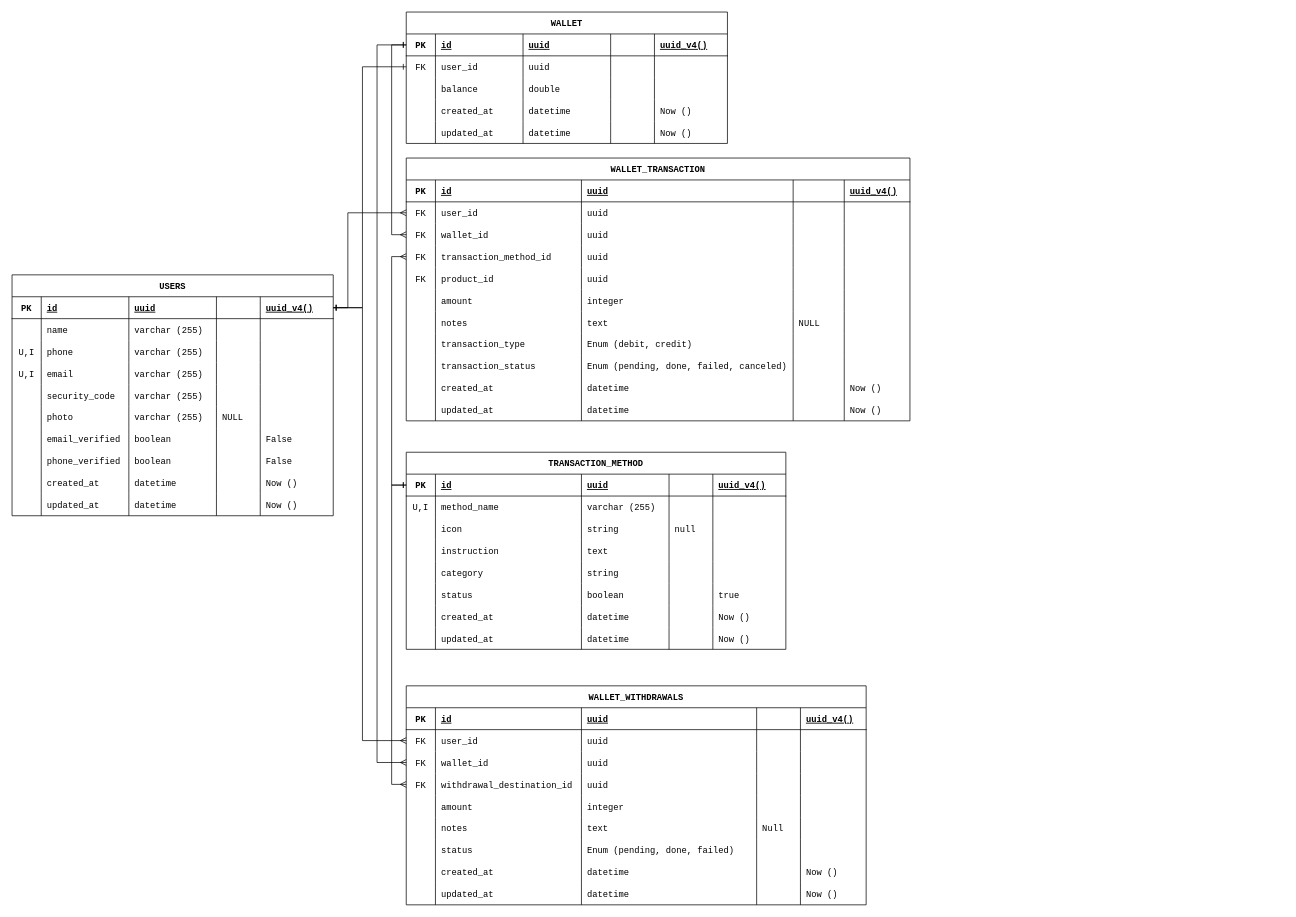
This is page "Schema" (1 of 4) of requirements/Database ERD.drawio from foxxxesky/Final-Projects-Backend-OVO, a draw.io file, before an edit. Source tidied: cells renumbered, new cells numbered last; positions are measured from the earlier drawing's top-left corner, leaving out a move shared by most shapes. Both pictures are drawn from the tidied source at 73%, with x=0, y=0 at pixel (12, 12).
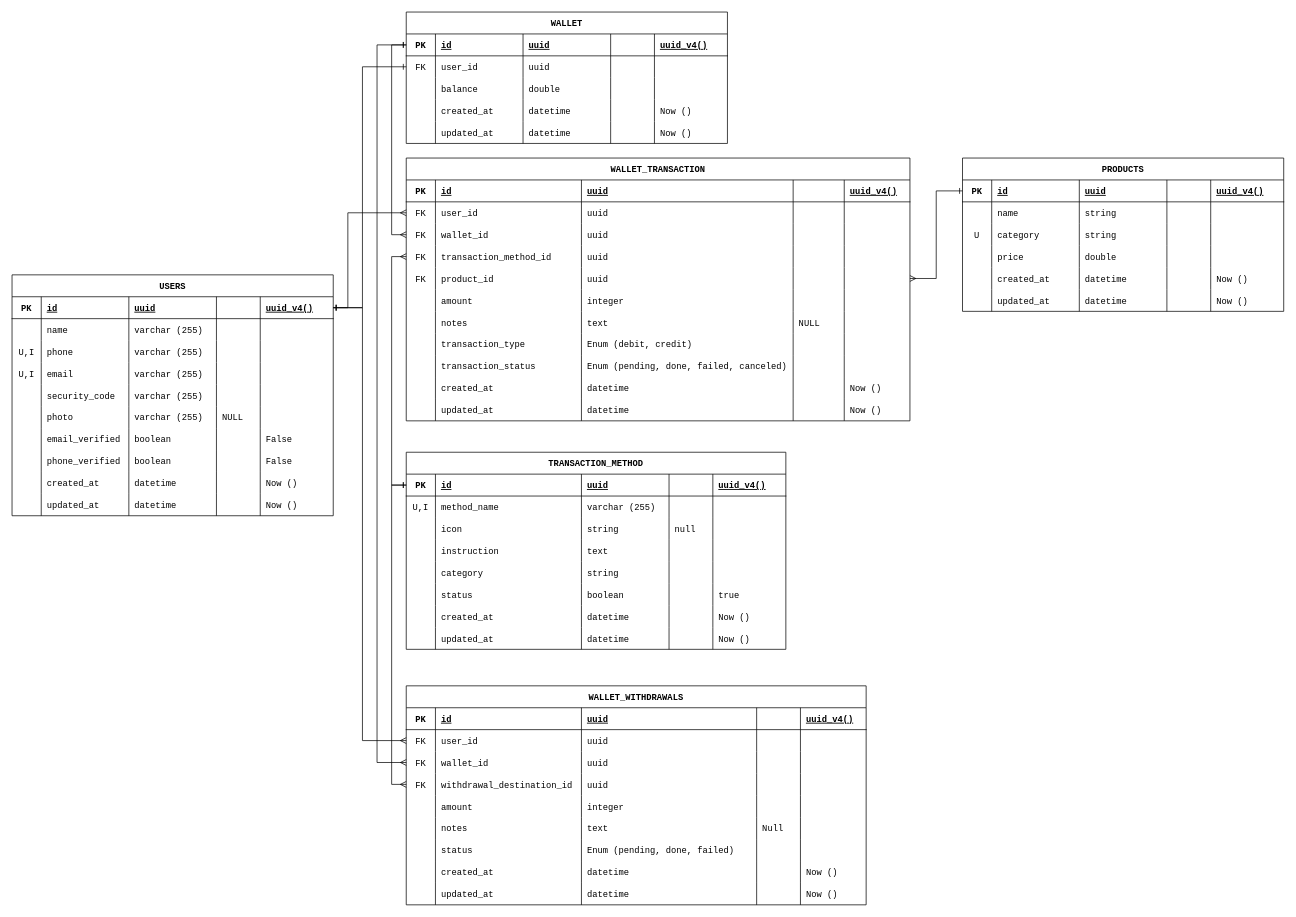
The same page after the edit.

Commit message (it also covers changes not shown here):
add table products

Unchanged cells that the change refers to:
```xml
<mxCell id="120" style="shape=tableRow;horizontal=0;startSize=0;swimlaneHead=0;swimlaneBody=0;fillColor=none;points=[[0,0.5],[1,0.5]];portConstraint=eastwest;top=0;left=0;right=0;bottom=0;fontFamily=Courier New;" parent="95" vertex="1">
  <mxGeometry y="150" width="690" height="30" as="geometry" />
</mxCell>
```

What changed in the source:
```diff
@@
+    <mxCell id="272" value="PRODUCTS" style="shape=table;startSize=30;childLayout=tableLayout;rowLines=0;fontStyle=1;align=center;fontFamily=Courier New;" parent="1" vertex="1">
+      <mxGeometry x="1302" y="200" width="440" height="210" as="geometry" />
+    </mxCell>
+    <mxCell id="273" style="shape=tableRow;horizontal=0;startSize=0;swimlaneHead=0;swimlaneBody=0;fillColor=none;points=[[0,0.5],[1,0.5]];portConstraint=eastwest;top=0;left=0;right=0;bottom=1;fontFamily=Courier New;" parent="272" vertex="1">
+      <mxGeometry y="30" width="440" height="30" as="geometry" />
+    </mxCell>
+    <mxCell id="274" value="PK" style="shape=partialRectangle;fillColor=none;top=0;left=0;bottom=0;right=0;fontStyle=1;overflow=hidden;fontFamily=Courier New;" parent="273" vertex="1">
+      <mxGeometry width="40" height="30" as="geometry" />
+    </mxCell>
+    <mxCell id="275" value="id" style="shape=partialRectangle;fillColor=none;top=0;left=0;bottom=0;right=0;align=left;spacingLeft=6;fontStyle=5;overflow=hidden;fontFamily=Courier New;" parent="273" vertex="1">
+      <mxGeometry x="40" width="120" height="30" as="geometry" />
+    </mxCell>
+    <mxCell id="276" value="uuid" style="shape=partialRectangle;fillColor=none;top=0;left=0;bottom=0;right=0;align=left;spacingLeft=6;fontStyle=5;overflow=hidden;fontFamily=Courier New;" parent="273" vertex="1">
+      <mxGeometry x="160" width="120" height="30" as="geometry" />
+    </mxCell>
+    <mxCell id="277" style="shape=partialRectangle;fillColor=none;top=0;left=0;bottom=0;right=0;align=left;spacingLeft=6;fontStyle=5;overflow=hidden;fontFamily=Courier New;" parent="273" vertex="1">
+      <mxGeometry x="280" width="60" height="30" as="geometry" />
+    </mxCell>
+    <mxCell id="278" value="uuid_v4()" style="shape=partialRectangle;fillColor=none;top=0;left=0;bottom=0;right=0;align=left;spacingLeft=6;fontStyle=5;overflow=hidden;fontFamily=Courier New;" parent="273" vertex="1">
+      <mxGeometry x="340" width="100" height="30" as="geometry" />
+    </mxCell>
+    <mxCell id="279" style="shape=tableRow;horizontal=0;startSize=0;swimlaneHead=0;swimlaneBody=0;fillColor=none;top=0;left=0;right=0;bottom=0;fontFamily=Courier New;" parent="272" vertex="1">
+      <mxGeometry y="60" width="440" height="30" as="geometry" />
+    </mxCell>
+    <mxCell id="280" style="shape=partialRectangle;fillColor=none;top=0;left=0;bottom=0;right=0;overflow=hidden;fontFamily=Courier New;" parent="279" vertex="1">
+      <mxGeometry width="40" height="30" as="geometry" />
+    </mxCell>
+    <mxCell id="281" value="name" style="shape=partialRectangle;fillColor=none;top=0;left=0;bottom=0;right=0;align=left;spacingLeft=6;overflow=hidden;fontFamily=Courier New;" parent="279" vertex="1">
+      <mxGeometry x="40" width="120" height="30" as="geometry" />
+    </mxCell>
+    <mxCell id="282" value="string" style="shape=partialRectangle;fillColor=none;top=0;left=0;bottom=0;right=0;align=left;spacingLeft=6;overflow=hidden;fontFamily=Courier New;" parent="279" vertex="1">
+      <mxGeometry x="160" width="120" height="30" as="geometry" />
+    </mxCell>
+    <mxCell id="283" style="shape=partialRectangle;fillColor=none;top=0;left=0;bottom=0;right=0;align=left;spacingLeft=6;overflow=hidden;fontFamily=Courier New;" parent="279" vertex="1">
+      <mxGeometry x="280" width="60" height="30" as="geometry" />
+    </mxCell>
+    <mxCell id="284" style="shape=partialRectangle;fillColor=none;top=0;left=0;bottom=0;right=0;align=left;spacingLeft=6;overflow=hidden;fontFamily=Courier New;" parent="279" vertex="1">
+      <mxGeometry x="340" width="100" height="30" as="geometry" />
+    </mxCell>
+    <mxCell id="285" style="shape=tableRow;horizontal=0;startSize=0;swimlaneHead=0;swimlaneBody=0;fillColor=none;top=0;left=0;right=0;bottom=0;fontFamily=Courier New;" parent="272" vertex="1">
+      <mxGeometry y="90" width="440" height="30" as="geometry" />
+    </mxCell>
+    <mxCell id="286" value="U" style="shape=partialRectangle;fillColor=none;top=0;left=0;bottom=0;right=0;overflow=hidden;fontFamily=Courier New;" parent="285" vertex="1">
+      <mxGeometry width="40" height="30" as="geometry" />
+    </mxCell>
+    <mxCell id="287" value="category" style="shape=partialRectangle;fillColor=none;top=0;left=0;bottom=0;right=0;align=left;spacingLeft=6;overflow=hidden;fontFamily=Courier New;" parent="285" vertex="1">
+      <mxGeometry x="40" width="120" height="30" as="geometry" />
+    </mxCell>
+    <mxCell id="288" value="string" style="shape=partialRectangle;fillColor=none;top=0;left=0;bottom=0;right=0;align=left;spacingLeft=6;overflow=hidden;fontFamily=Courier New;" parent="285" vertex="1">
+      <mxGeometry x="160" width="120" height="30" as="geometry" />
+    </mxCell>
+    <mxCell id="289" style="shape=partialRectangle;fillColor=none;top=0;left=0;bottom=0;right=0;align=left;spacingLeft=6;overflow=hidden;fontFamily=Courier New;" parent="285" vertex="1">
+      <mxGeometry x="280" width="60" height="30" as="geometry" />
+    </mxCell>
+    <mxCell id="290" style="shape=partialRectangle;fillColor=none;top=0;left=0;bottom=0;right=0;align=left;spacingLeft=6;overflow=hidden;fontFamily=Courier New;" parent="285" vertex="1">
+      <mxGeometry x="340" width="100" height="30" as="geometry" />
+    </mxCell>
+    <mxCell id="291" style="shape=tableRow;horizontal=0;startSize=0;swimlaneHead=0;swimlaneBody=0;fillColor=none;top=0;left=0;right=0;bottom=0;fontFamily=Courier New;" parent="272" vertex="1">
+      <mxGeometry y="120" width="440" height="30" as="geometry" />
+    </mxCell>
+    <mxCell id="292" style="shape=partialRectangle;fillColor=none;top=0;left=0;bottom=0;right=0;overflow=hidden;fontFamily=Courier New;" parent="291" vertex="1">
+      <mxGeometry width="40" height="30" as="geometry" />
+    </mxCell>
+    <mxCell id="293" value="price" style="shape=partialRectangle;fillColor=none;top=0;left=0;bottom=0;right=0;align=left;spacingLeft=6;overflow=hidden;fontFamily=Courier New;" parent="291" vertex="1">
+      <mxGeometry x="40" width="120" height="30" as="geometry" />
+    </mxCell>
+    <mxCell id="294" value="double" style="shape=partialRectangle;fillColor=none;top=0;left=0;bottom=0;right=0;align=left;spacingLeft=6;overflow=hidden;fontFamily=Courier New;" parent="291" vertex="1">
+      <mxGeometry x="160" width="120" height="30" as="geometry" />
+    </mxCell>
+    <mxCell id="295" style="shape=partialRectangle;fillColor=none;top=0;left=0;bottom=0;right=0;align=left;spacingLeft=6;overflow=hidden;fontFamily=Courier New;" parent="291" vertex="1">
+      <mxGeometry x="280" width="60" height="30" as="geometry" />
+    </mxCell>
+    <mxCell id="296" style="shape=partialRectangle;fillColor=none;top=0;left=0;bottom=0;right=0;align=left;spacingLeft=6;overflow=hidden;fontFamily=Courier New;" parent="291" vertex="1">
+      <mxGeometry x="340" width="100" height="30" as="geometry" />
+    </mxCell>
+    <mxCell id="297" style="shape=tableRow;horizontal=0;startSize=0;swimlaneHead=0;swimlaneBody=0;fillColor=none;top=0;left=0;right=0;bottom=0;fontFamily=Courier New;" parent="272" vertex="1">
+      <mxGeometry y="150" width="440" height="30" as="geometry" />
+    </mxCell>
+    <mxCell id="298" style="shape=partialRectangle;fillColor=none;top=0;left=0;bottom=0;right=0;overflow=hidden;fontFamily=Courier New;" parent="297" vertex="1">
+      <mxGeometry width="40" height="30" as="geometry" />
+    </mxCell>
+    <mxCell id="299" value="created_at" style="shape=partialRectangle;fillColor=none;top=0;left=0;bottom=0;right=0;align=left;spacingLeft=6;overflow=hidden;fontFamily=Courier New;" parent="297" vertex="1">
+      <mxGeometry x="40" width="120" height="30" as="geometry" />
+    </mxCell>
+    <mxCell id="300" value="datetime" style="shape=partialRectangle;fillColor=none;top=0;left=0;bottom=0;right=0;align=left;spacingLeft=6;overflow=hidden;fontFamily=Courier New;" parent="297" vertex="1">
+      <mxGeometry x="160" width="120" height="30" as="geometry" />
+    </mxCell>
+    <mxCell id="301" style="shape=partialRectangle;fillColor=none;top=0;left=0;bottom=0;right=0;align=left;spacingLeft=6;overflow=hidden;fontFamily=Courier New;" parent="297" vertex="1">
+      <mxGeometry x="280" width="60" height="30" as="geometry" />
+    </mxCell>
+    <mxCell id="302" value="Now ()" style="shape=partialRectangle;fillColor=none;top=0;left=0;bottom=0;right=0;align=left;spacingLeft=6;overflow=hidden;fontFamily=Courier New;" parent="297" vertex="1">
+      <mxGeometry x="340" width="100" height="30" as="geometry" />
+    </mxCell>
+    <mxCell id="303" style="shape=tableRow;horizontal=0;startSize=0;swimlaneHead=0;swimlaneBody=0;fillColor=none;top=0;left=0;right=0;bottom=0;fontFamily=Courier New;" parent="272" vertex="1">
+      <mxGeometry y="180" width="440" height="30" as="geometry" />
+    </mxCell>
+    <mxCell id="304" style="shape=partialRectangle;fillColor=none;top=0;left=0;bottom=0;right=0;overflow=hidden;fontFamily=Courier New;" parent="303" vertex="1">
+      <mxGeometry width="40" height="30" as="geometry" />
+    </mxCell>
+    <mxCell id="305" value="updated_at" style="shape=partialRectangle;fillColor=none;top=0;left=0;bottom=0;right=0;align=left;spacingLeft=6;overflow=hidden;fontFamily=Courier New;" parent="303" vertex="1">
+      <mxGeometry x="40" width="120" height="30" as="geometry" />
+    </mxCell>
+    <mxCell id="306" value="datetime" style="shape=partialRectangle;fillColor=none;top=0;left=0;bottom=0;right=0;align=left;spacingLeft=6;overflow=hidden;fontFamily=Courier New;" parent="303" vertex="1">
+      <mxGeometry x="160" width="120" height="30" as="geometry" />
+    </mxCell>
+    <mxCell id="307" style="shape=partialRectangle;fillColor=none;top=0;left=0;bottom=0;right=0;align=left;spacingLeft=6;overflow=hidden;fontFamily=Courier New;" parent="303" vertex="1">
+      <mxGeometry x="280" width="60" height="30" as="geometry" />
+    </mxCell>
+    <mxCell id="308" value="Now ()" style="shape=partialRectangle;fillColor=none;top=0;left=0;bottom=0;right=0;align=left;spacingLeft=6;overflow=hidden;fontFamily=Courier New;" parent="303" vertex="1">
+      <mxGeometry x="340" width="100" height="30" as="geometry" />
+    </mxCell>
+    <mxCell id="309" style="edgeStyle=orthogonalEdgeStyle;html=1;entryX=0;entryY=0.5;entryDx=0;entryDy=0;rounded=0;endArrow=ERone;endFill=0;startArrow=ERmany;startFill=0;" parent="1" edge="1" source="120" target="273">
+      <mxGeometry relative="1" as="geometry" />
+    </mxCell>
```
